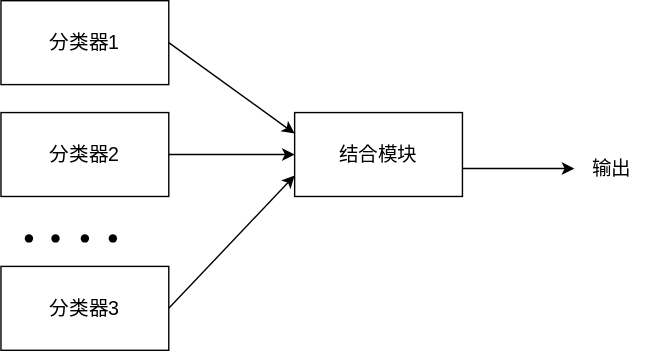
Above: ensemblelearning.drawio.svg in ziwenjie/EnsembleLearning (draw.io), before the change. Source tidied: cells renumbered, new cells last; positions are measured from the earlier drawing's top-left corner, leaving out a move shared by most shapes. Source of this version:
```xml
<mxGraphModel>
  <root>
    <mxCell id="0" />
    <mxCell id="1" parent="0" />
    <mxCell id="2" value="&lt;span style=&quot;font-size: 14px;&quot;&gt;分类器3&lt;/span&gt;" style="rounded=0;whiteSpace=wrap;html=1;" parent="1" vertex="1">
      <mxGeometry y="190" width="120" height="60" as="geometry" />
    </mxCell>
    <mxCell id="3" value="&lt;span style=&quot;font-size: 14px;&quot;&gt;分类器2&lt;/span&gt;" style="rounded=0;whiteSpace=wrap;html=1;" parent="1" vertex="1">
      <mxGeometry y="80" width="120" height="60" as="geometry" />
    </mxCell>
    <mxCell id="4" value="&lt;font style=&quot;font-size: 14px;&quot;&gt;分类器1&lt;/font&gt;" style="rounded=0;whiteSpace=wrap;html=1;" parent="1" vertex="1">
      <mxGeometry width="120" height="60" as="geometry" />
    </mxCell>
    <mxCell id="5" value="结合模块" style="rounded=0;whiteSpace=wrap;html=1;fontFamily=Helvetica;fontSize=14;" parent="1" vertex="1">
      <mxGeometry x="210" y="80" width="120" height="60" as="geometry" />
    </mxCell>
    <mxCell id="6" style="endArrow=classic;html=1;rounded=0;fontFamily=Helvetica;fontSize=14;exitX=1;exitY=0.5;exitDx=0;exitDy=0;entryX=0;entryY=0.25;entryDx=0;entryDy=0;" parent="1" edge="1" source="4" target="5">
      <mxGeometry relative="1" as="geometry" />
    </mxCell>
    <mxCell id="7" style="endArrow=classic;html=1;rounded=0;fontFamily=Helvetica;fontSize=14;" parent="1" edge="1" target="5">
      <mxGeometry relative="1" as="geometry">
        <mxPoint x="120" y="110" as="sourcePoint" />
      </mxGeometry>
    </mxCell>
    <mxCell id="8" style="endArrow=classic;html=1;rounded=0;fontFamily=Helvetica;fontSize=14;exitX=1;exitY=0.5;exitDx=0;exitDy=0;entryX=0;entryY=0.75;entryDx=0;entryDy=0;" parent="1" edge="1" source="2" target="5">
      <mxGeometry relative="1" as="geometry" />
    </mxCell>
    <mxCell id="9" style="endArrow=classic;html=1;rounded=0;fontFamily=Helvetica;fontSize=14;" parent="1" edge="1">
      <mxGeometry relative="1" as="geometry">
        <mxPoint x="330" y="120" as="sourcePoint" />
        <mxPoint x="410" y="120" as="targetPoint" />
      </mxGeometry>
    </mxCell>
    <mxCell id="10" style="shape=waypoint;sketch=0;fillStyle=solid;size=6;fillColor=none;perimeter=centerPerimeter;fontFamily=Helvetica;fontSize=14;" parent="1" vertex="1">
      <mxGeometry y="150" width="40" height="40" as="geometry" />
    </mxCell>
    <mxCell id="11" style="shape=waypoint;sketch=0;fillStyle=solid;size=6;fillColor=none;perimeter=centerPerimeter;fontFamily=Helvetica;fontSize=14;" parent="1" vertex="1">
      <mxGeometry x="19" y="150" width="40" height="40" as="geometry" />
    </mxCell>
    <mxCell id="12" style="shape=waypoint;sketch=0;fillStyle=solid;size=6;fillColor=none;perimeter=centerPerimeter;fontFamily=Helvetica;fontSize=14;" parent="1" vertex="1">
      <mxGeometry x="60" y="150" width="40" height="40" as="geometry" />
    </mxCell>
    <mxCell id="13" style="shape=waypoint;sketch=0;fillStyle=solid;size=6;fillColor=none;perimeter=centerPerimeter;fontFamily=Helvetica;fontSize=14;" parent="1" vertex="1">
      <mxGeometry x="40" y="150" width="40" height="40" as="geometry" />
    </mxCell>
    <mxCell id="14" value="输出" style="text;html=1;strokeColor=none;fillColor=none;align=center;verticalAlign=middle;whiteSpace=wrap;rounded=0;fontFamily=Helvetica;fontSize=14;" parent="1" vertex="1">
      <mxGeometry x="407" y="105" width="60" height="30" as="geometry" />
    </mxCell>
  </root>
</mxGraphModel>
```
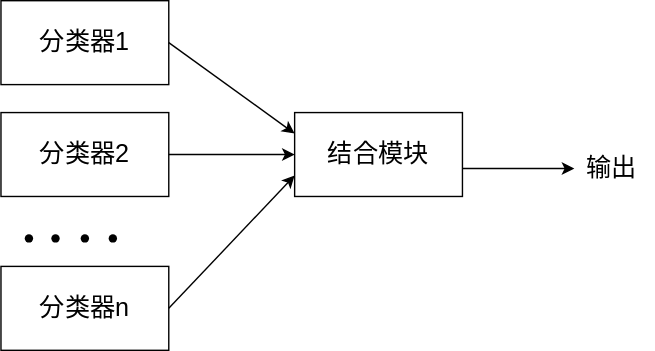
The same file after the commit.

Change to the diagram source:
```diff
@@ -2,16 +2,16 @@
   <root>
     <mxCell id="0" />
     <mxCell id="1" parent="0" />
-    <mxCell id="2" value="&lt;span style=&quot;font-size: 14px;&quot;&gt;分类器3&lt;/span&gt;" style="rounded=0;whiteSpace=wrap;html=1;" parent="1" vertex="1">
+    <mxCell id="2" value="&lt;font style=&quot;font-size: 18px;&quot;&gt;分类器n&lt;/font&gt;" style="rounded=0;whiteSpace=wrap;html=1;" parent="1" vertex="1">
       <mxGeometry y="190" width="120" height="60" as="geometry" />
     </mxCell>
-    <mxCell id="3" value="&lt;span style=&quot;font-size: 14px;&quot;&gt;分类器2&lt;/span&gt;" style="rounded=0;whiteSpace=wrap;html=1;" parent="1" vertex="1">
+    <mxCell id="3" value="&lt;font style=&quot;font-size: 18px;&quot;&gt;分类器2&lt;/font&gt;" style="rounded=0;whiteSpace=wrap;html=1;" parent="1" vertex="1">
       <mxGeometry y="80" width="120" height="60" as="geometry" />
     </mxCell>
-    <mxCell id="4" value="&lt;font style=&quot;font-size: 14px;&quot;&gt;分类器1&lt;/font&gt;" style="rounded=0;whiteSpace=wrap;html=1;" parent="1" vertex="1">
+    <mxCell id="4" value="&lt;font style=&quot;font-size: 18px;&quot;&gt;分类器1&lt;/font&gt;" style="rounded=0;whiteSpace=wrap;html=1;" parent="1" vertex="1">
       <mxGeometry width="120" height="60" as="geometry" />
     </mxCell>
-    <mxCell id="5" value="结合模块" style="rounded=0;whiteSpace=wrap;html=1;fontFamily=Helvetica;fontSize=14;" parent="1" vertex="1">
+    <mxCell id="5" value="&lt;font style=&quot;font-size: 18px;&quot;&gt;结合模块&lt;/font&gt;" style="rounded=0;whiteSpace=wrap;html=1;fontFamily=Helvetica;fontSize=14;" parent="1" vertex="1">
       <mxGeometry x="210" y="80" width="120" height="60" as="geometry" />
     </mxCell>
     <mxCell id="6" style="endArrow=classic;html=1;rounded=0;fontFamily=Helvetica;fontSize=14;exitX=1;exitY=0.5;exitDx=0;exitDy=0;entryX=0;entryY=0.25;entryDx=0;entryDy=0;" parent="1" edge="1" source="4" target="5">
@@ -43,7 +43,7 @@
     <mxCell id="13" style="shape=waypoint;sketch=0;fillStyle=solid;size=6;fillColor=none;perimeter=centerPerimeter;fontFamily=Helvetica;fontSize=14;" parent="1" vertex="1">
       <mxGeometry x="40" y="150" width="40" height="40" as="geometry" />
     </mxCell>
-    <mxCell id="14" value="输出" style="text;html=1;strokeColor=none;fillColor=none;align=center;verticalAlign=middle;whiteSpace=wrap;rounded=0;fontFamily=Helvetica;fontSize=14;" parent="1" vertex="1">
+    <mxCell id="14" value="&lt;font style=&quot;font-size: 18px;&quot;&gt;输出&lt;/font&gt;" style="text;html=1;strokeColor=none;fillColor=none;align=center;verticalAlign=middle;whiteSpace=wrap;rounded=0;fontFamily=Helvetica;fontSize=14;" parent="1" vertex="1">
       <mxGeometry x="407" y="105" width="60" height="30" as="geometry" />
     </mxCell>
   </root>
```
